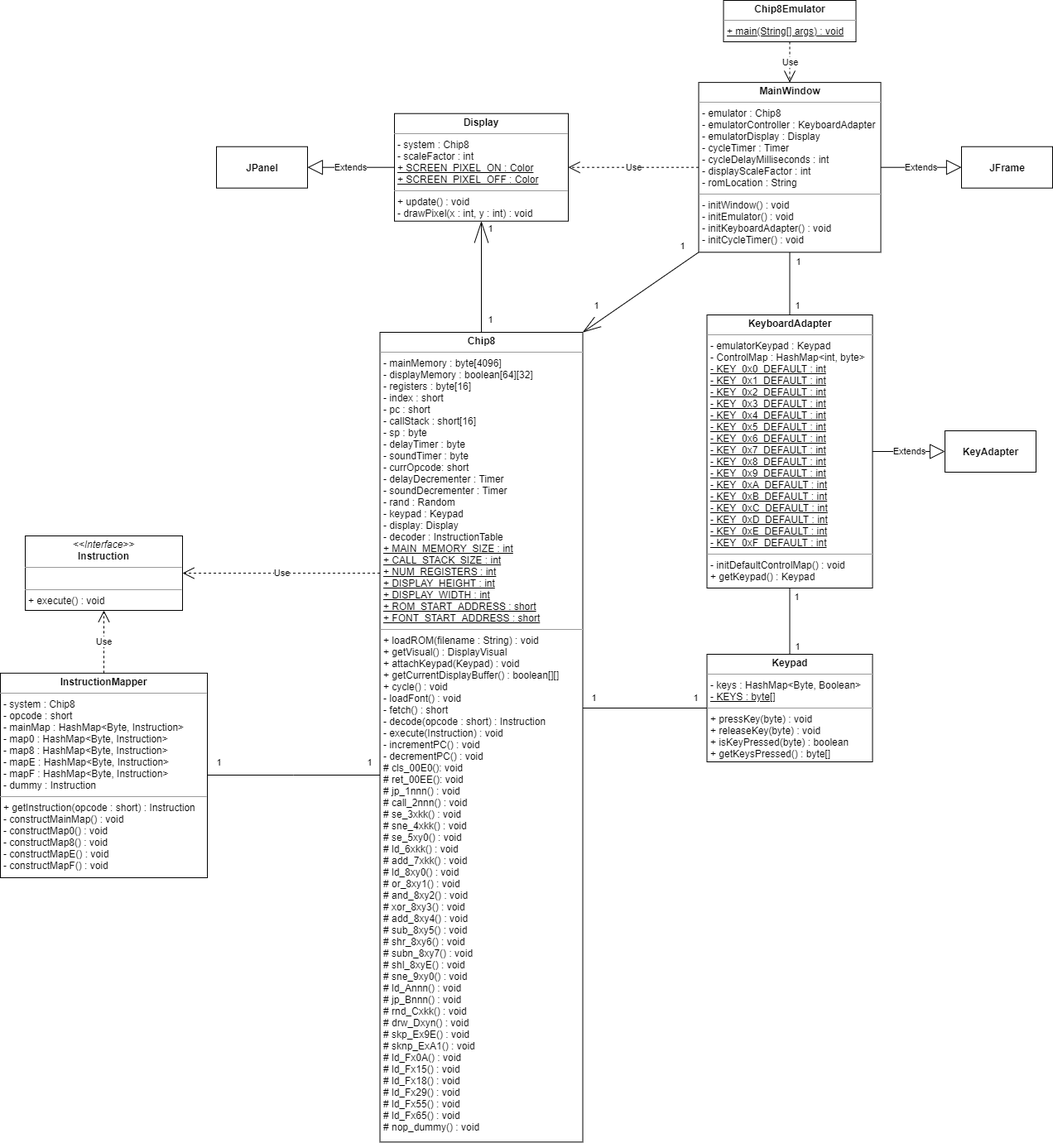
This is diagrams/ClassDiagram.png from Pokepeople02/Chip8, a draw.io export, as it was before one commit. Source tidied: cells renumbered, new cells last; positions are measured from the earlier drawing's top-left corner, leaving out a move shared by most shapes.
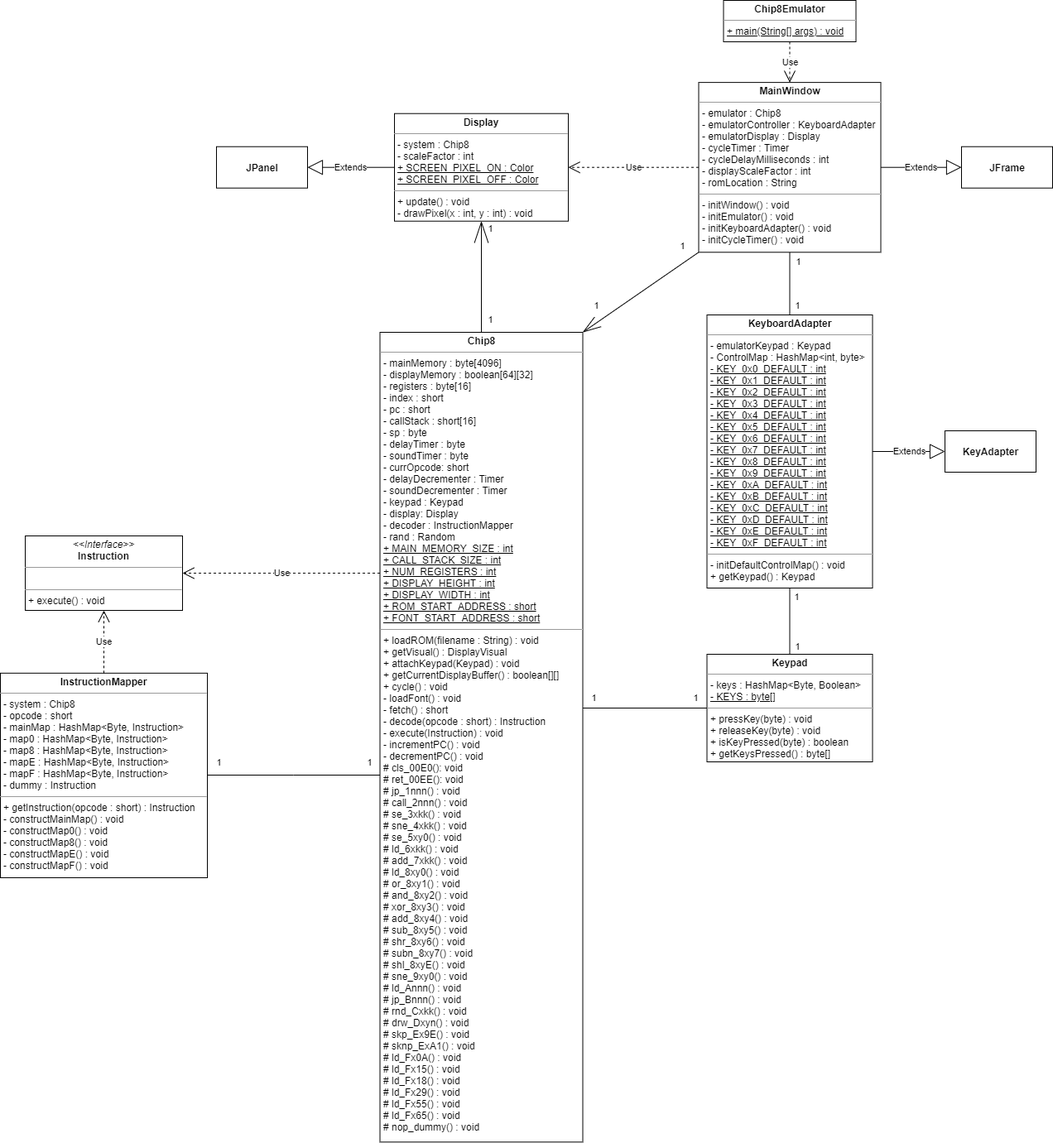
The same file after the commit.

Commit message:
Trivial modifications to the Class Diagram

Changes to member ordering in Chip8.

What changed in the source:
```diff
@@ -15,7 +15,7 @@
         <mxPoint y="-15.3" as="offset" />
       </mxGeometry>
     </mxCell>
-    <mxCell id="5" value="&lt;p style=&quot;margin: 0px ; margin-top: 4px ; text-align: center&quot;&gt;&lt;b&gt;Chip8&lt;/b&gt;&lt;/p&gt;&lt;hr size=&quot;1&quot;&gt;&lt;p style=&quot;margin: 0px ; margin-left: 4px&quot;&gt;- mainMemory : byte[4096]&lt;/p&gt;&lt;p style=&quot;margin: 0px ; margin-left: 4px&quot;&gt;- displayMemory : boolean[64][32]&lt;/p&gt;&lt;p style=&quot;margin: 0px 0px 0px 4px&quot;&gt;- registers : byte[16]&lt;/p&gt;&lt;p style=&quot;margin: 0px 0px 0px 4px&quot;&gt;- index : short&lt;/p&gt;&lt;p style=&quot;margin: 0px 0px 0px 4px&quot;&gt;- pc : short&lt;/p&gt;&lt;p style=&quot;margin: 0px 0px 0px 4px&quot;&gt;- callStack : short[16]&lt;/p&gt;&lt;p style=&quot;margin: 0px 0px 0px 4px&quot;&gt;- sp : byte&lt;/p&gt;&lt;p style=&quot;margin: 0px 0px 0px 4px&quot;&gt;- delayTimer : byte&lt;/p&gt;&lt;p style=&quot;margin: 0px 0px 0px 4px&quot;&gt;- soundTimer : byte&lt;/p&gt;&lt;p style=&quot;margin: 0px 0px 0px 4px&quot;&gt;- currOpcode: short&lt;/p&gt;&lt;p style=&quot;margin: 0px 0px 0px 4px&quot;&gt;- delayDecrementer : Timer&lt;br&gt;&lt;/p&gt;&lt;p style=&quot;margin: 0px 0px 0px 4px&quot;&gt;- soundDecrementer : Timer&lt;/p&gt;&lt;p style=&quot;margin: 0px 0px 0px 4px&quot;&gt;- rand : Random&lt;/p&gt;&lt;p style=&quot;margin: 0px ; margin-left: 4px&quot;&gt;- keypad : Keypad&lt;/p&gt;&lt;p style=&quot;margin: 0px ; margin-left: 4px&quot;&gt;- display: Display&lt;br&gt;&lt;/p&gt;&lt;p style=&quot;margin: 0px ; margin-left: 4px&quot;&gt;- decoder : InstructionTable&lt;/p&gt;&lt;p style=&quot;margin: 0px ; margin-left: 4px&quot;&gt;&lt;u&gt;+ MAIN_MEMORY_SIZE : int&lt;/u&gt;&lt;/p&gt;&lt;p style=&quot;margin: 0px 0px 0px 4px&quot;&gt;&lt;u&gt;+ CALL_STACK_SIZE : int&lt;/u&gt;&lt;/p&gt;&lt;p style=&quot;margin: 0px 0px 0px 4px&quot;&gt;&lt;u&gt;+ NUM_REGISTERS : int&lt;/u&gt;&lt;/p&gt;&lt;p style=&quot;margin: 0px ; margin-left: 4px&quot;&gt;&lt;u&gt;+ DISPLAY_HEIGHT : int&lt;/u&gt;&lt;/p&gt;&lt;p style=&quot;margin: 0px ; margin-left: 4px&quot;&gt;&lt;u&gt;+ DISPLAY_WIDTH : int&lt;/u&gt;&lt;/p&gt;&lt;p style=&quot;margin: 0px ; margin-left: 4px&quot;&gt;&lt;u&gt;+ ROM_START_ADDRESS : short&lt;/u&gt;&lt;/p&gt;&lt;p style=&quot;margin: 0px ; margin-left: 4px&quot;&gt;&lt;u&gt;+ FONT_START_ADDRESS : short&lt;/u&gt;&lt;/p&gt;&lt;hr size=&quot;1&quot;&gt;&lt;p style=&quot;margin: 0px ; margin-left: 4px&quot;&gt;+ loadROM(filename : String) : void&lt;/p&gt;&lt;p style=&quot;margin: 0px ; margin-left: 4px&quot;&gt;+ getVisual() : DisplayVisual&lt;/p&gt;&lt;p style=&quot;margin: 0px ; margin-left: 4px&quot;&gt;+ attachKeypad(Keypad) : void&lt;br&gt;&lt;/p&gt;&lt;p style=&quot;margin: 0px ; margin-left: 4px&quot;&gt;+ getCurrentDisplayBuffer() : boolean[][]&lt;br&gt;&lt;/p&gt;&lt;p style=&quot;margin: 0px ; margin-left: 4px&quot;&gt;+ cycle() : void&lt;/p&gt;&lt;p style=&quot;margin: 0px ; margin-left: 4px&quot;&gt;- loadFont() : void&lt;/p&gt;&lt;p style=&quot;margin: 0px ; margin-left: 4px&quot;&gt;- fetch() : short&lt;/p&gt;&lt;p style=&quot;margin: 0px ; margin-left: 4px&quot;&gt;- decode(opcode : short) : Instruction&lt;/p&gt;&lt;p style=&quot;margin: 0px ; margin-left: 4px&quot;&gt;- execute(Instruction) : void&lt;/p&gt;&lt;p style=&quot;margin: 0px ; margin-left: 4px&quot;&gt;- incrementPC() : void&lt;/p&gt;&lt;p style=&quot;margin: 0px ; margin-left: 4px&quot;&gt;- decrementPC() : void&lt;/p&gt;&lt;p style=&quot;margin: 0px 0px 0px 4px&quot;&gt;# cls_00E0(): void&lt;br&gt;&lt;/p&gt;&lt;p style=&quot;margin: 0px 0px 0px 4px&quot;&gt;# ret_00EE(): void&lt;/p&gt;&lt;p style=&quot;margin: 0px 0px 0px 4px&quot;&gt;# jp_1nnn() : void&lt;/p&gt;&lt;p style=&quot;margin: 0px 0px 0px 4px&quot;&gt;# call_2nnn() : void&lt;/p&gt;&lt;p style=&quot;margin: 0px 0px 0px 4px&quot;&gt;# se_3xkk() : void&lt;/p&gt;&lt;p style=&quot;margin: 0px 0px 0px 4px&quot;&gt;# sne_4xkk() : void&lt;/p&gt;&lt;p style=&quot;margin: 0px 0px 0px 4px&quot;&gt;# se_5xy0() : void&lt;/p&gt;&lt;p style=&quot;margin: 0px 0px 0px 4px&quot;&gt;# ld_6xkk() : void&lt;/p&gt;&lt;p style=&quot;margin: 0px 0px 0px 4px&quot;&gt;# add_7xkk() : void&lt;/p&gt;&lt;p style=&quot;margin: 0px 0px 0px 4px&quot;&gt;# ld_8xy0() : void&lt;/p&gt;&lt;p style=&quot;margin: 0px 0px 0px 4px&quot;&gt;# or_8xy1() : void&lt;/p&gt;&lt;p style=&quot;margin: 0px 0px 0px 4px&quot;&gt;# and_8xy2() : void&lt;/p&gt;&lt;p style=&quot;margin: 0px 0px 0px 4px&quot;&gt;# xor_8xy3() : void&lt;/p&gt;&lt;p style=&quot;margin: 0px 0px 0px 4px&quot;&gt;# add_8xy4() : void&lt;/p&gt;&lt;p style=&quot;margin: 0px 0px 0px 4px&quot;&gt;# sub_8xy5() : void&lt;/p&gt;&lt;p style=&quot;margin: 0px 0px 0px 4px&quot;&gt;# shr_8xy6() : void&lt;/p&gt;&lt;p style=&quot;margin: 0px 0px 0px 4px&quot;&gt;# subn_8xy7() : void&lt;/p&gt;&lt;p style=&quot;margin: 0px 0px 0px 4px&quot;&gt;# shl_8xyE() : void&lt;/p&gt;&lt;p style=&quot;margin: 0px 0px 0px 4px&quot;&gt;# sne_9xy0() : void&lt;/p&gt;&lt;p style=&quot;margin: 0px 0px 0px 4px&quot;&gt;# ld_Annn() : void&lt;/p&gt;&lt;p style=&quot;margin: 0px 0px 0px 4px&quot;&gt;# jp_Bnnn() : void&lt;/p&gt;&lt;p style=&quot;margin: 0px 0px 0px 4px&quot;&gt;# rnd_Cxkk() : void&lt;/p&gt;&lt;p style=&quot;margin: 0px 0px 0px 4px&quot;&gt;# drw_Dxyn() : void&lt;/p&gt;&lt;p style=&quot;margin: 0px 0px 0px 4px&quot;&gt;# skp_Ex9E() : void&lt;/p&gt;&lt;p style=&quot;margin: 0px 0px 0px 4px&quot;&gt;# sknp_ExA1() : void&lt;/p&gt;&lt;p style=&quot;margin: 0px 0px 0px 4px&quot;&gt;# ld_Fx0A() : void&lt;/p&gt;&lt;p style=&quot;margin: 0px 0px 0px 4px&quot;&gt;# ld_Fx15() : void&lt;/p&gt;&lt;p style=&quot;margin: 0px 0px 0px 4px&quot;&gt;# ld_Fx18() : void&lt;/p&gt;&lt;p style=&quot;margin: 0px 0px 0px 4px&quot;&gt;# ld_Fx29() : void&lt;/p&gt;&lt;p style=&quot;margin: 0px 0px 0px 4px&quot;&gt;# ld_Fx55() : void&lt;/p&gt;&lt;p style=&quot;margin: 0px 0px 0px 4px&quot;&gt;# ld_Fx65() : void&lt;/p&gt;&lt;p style=&quot;margin: 0px 0px 0px 4px&quot;&gt;# nop_dummy() : void&lt;/p&gt;" style="verticalAlign=top;align=left;overflow=fill;fontSize=12;fontFamily=Helvetica;html=1;" parent="1" vertex="1">
+    <mxCell id="5" value="&lt;p style=&quot;margin: 0px ; margin-top: 4px ; text-align: center&quot;&gt;&lt;b&gt;Chip8&lt;/b&gt;&lt;/p&gt;&lt;hr size=&quot;1&quot;&gt;&lt;p style=&quot;margin: 0px ; margin-left: 4px&quot;&gt;- mainMemory : byte[4096]&lt;/p&gt;&lt;p style=&quot;margin: 0px ; margin-left: 4px&quot;&gt;- displayMemory : boolean[64][32]&lt;/p&gt;&lt;p style=&quot;margin: 0px 0px 0px 4px&quot;&gt;- registers : byte[16]&lt;/p&gt;&lt;p style=&quot;margin: 0px 0px 0px 4px&quot;&gt;- index : short&lt;/p&gt;&lt;p style=&quot;margin: 0px 0px 0px 4px&quot;&gt;- pc : short&lt;/p&gt;&lt;p style=&quot;margin: 0px 0px 0px 4px&quot;&gt;- callStack : short[16]&lt;/p&gt;&lt;p style=&quot;margin: 0px 0px 0px 4px&quot;&gt;- sp : byte&lt;/p&gt;&lt;p style=&quot;margin: 0px 0px 0px 4px&quot;&gt;- delayTimer : byte&lt;/p&gt;&lt;p style=&quot;margin: 0px 0px 0px 4px&quot;&gt;- soundTimer : byte&lt;/p&gt;&lt;p style=&quot;margin: 0px 0px 0px 4px&quot;&gt;- currOpcode: short&lt;/p&gt;&lt;p style=&quot;margin: 0px 0px 0px 4px&quot;&gt;- delayDecrementer : Timer&lt;br&gt;&lt;/p&gt;&lt;p style=&quot;margin: 0px 0px 0px 4px&quot;&gt;- soundDecrementer : Timer&lt;/p&gt;&lt;p style=&quot;margin: 0px ; margin-left: 4px&quot;&gt;- keypad : Keypad&lt;/p&gt;&lt;p style=&quot;margin: 0px ; margin-left: 4px&quot;&gt;- display: Display&lt;br&gt;&lt;/p&gt;&lt;p style=&quot;margin: 0px ; margin-left: 4px&quot;&gt;- decoder : InstructionMapper&lt;/p&gt;&lt;p style=&quot;margin: 0px ; margin-left: 4px&quot;&gt;- rand : Random&lt;br&gt;&lt;/p&gt;&lt;p style=&quot;margin: 0px ; margin-left: 4px&quot;&gt;&lt;u&gt;+ MAIN_MEMORY_SIZE : int&lt;/u&gt;&lt;/p&gt;&lt;p style=&quot;margin: 0px 0px 0px 4px&quot;&gt;&lt;u&gt;+ CALL_STACK_SIZE : int&lt;/u&gt;&lt;/p&gt;&lt;p style=&quot;margin: 0px 0px 0px 4px&quot;&gt;&lt;u&gt;+ NUM_REGISTERS : int&lt;/u&gt;&lt;/p&gt;&lt;p style=&quot;margin: 0px ; margin-left: 4px&quot;&gt;&lt;u&gt;+ DISPLAY_HEIGHT : int&lt;/u&gt;&lt;/p&gt;&lt;p style=&quot;margin: 0px ; margin-left: 4px&quot;&gt;&lt;u&gt;+ DISPLAY_WIDTH : int&lt;/u&gt;&lt;/p&gt;&lt;p style=&quot;margin: 0px ; margin-left: 4px&quot;&gt;&lt;u&gt;+ ROM_START_ADDRESS : short&lt;/u&gt;&lt;/p&gt;&lt;p style=&quot;margin: 0px ; margin-left: 4px&quot;&gt;&lt;u&gt;+ FONT_START_ADDRESS : short&lt;/u&gt;&lt;/p&gt;&lt;hr size=&quot;1&quot;&gt;&lt;p style=&quot;margin: 0px ; margin-left: 4px&quot;&gt;+ loadROM(filename : String) : void&lt;/p&gt;&lt;p style=&quot;margin: 0px ; margin-left: 4px&quot;&gt;+ getVisual() : DisplayVisual&lt;/p&gt;&lt;p style=&quot;margin: 0px ; margin-left: 4px&quot;&gt;+ attachKeypad(Keypad) : void&lt;br&gt;&lt;/p&gt;&lt;p style=&quot;margin: 0px ; margin-left: 4px&quot;&gt;+ getCurrentDisplayBuffer() : boolean[][]&lt;br&gt;&lt;/p&gt;&lt;p style=&quot;margin: 0px ; margin-left: 4px&quot;&gt;+ cycle() : void&lt;/p&gt;&lt;p style=&quot;margin: 0px ; margin-left: 4px&quot;&gt;- loadFont() : void&lt;/p&gt;&lt;p style=&quot;margin: 0px ; margin-left: 4px&quot;&gt;- fetch() : short&lt;/p&gt;&lt;p style=&quot;margin: 0px ; margin-left: 4px&quot;&gt;- decode(opcode : short) : Instruction&lt;/p&gt;&lt;p style=&quot;margin: 0px ; margin-left: 4px&quot;&gt;- execute(Instruction) : void&lt;/p&gt;&lt;p style=&quot;margin: 0px ; margin-left: 4px&quot;&gt;- incrementPC() : void&lt;/p&gt;&lt;p style=&quot;margin: 0px ; margin-left: 4px&quot;&gt;- decrementPC() : void&lt;/p&gt;&lt;p style=&quot;margin: 0px 0px 0px 4px&quot;&gt;# cls_00E0(): void&lt;br&gt;&lt;/p&gt;&lt;p style=&quot;margin: 0px 0px 0px 4px&quot;&gt;# ret_00EE(): void&lt;/p&gt;&lt;p style=&quot;margin: 0px 0px 0px 4px&quot;&gt;# jp_1nnn() : void&lt;/p&gt;&lt;p style=&quot;margin: 0px 0px 0px 4px&quot;&gt;# call_2nnn() : void&lt;/p&gt;&lt;p style=&quot;margin: 0px 0px 0px 4px&quot;&gt;# se_3xkk() : void&lt;/p&gt;&lt;p style=&quot;margin: 0px 0px 0px 4px&quot;&gt;# sne_4xkk() : void&lt;/p&gt;&lt;p style=&quot;margin: 0px 0px 0px 4px&quot;&gt;# se_5xy0() : void&lt;/p&gt;&lt;p style=&quot;margin: 0px 0px 0px 4px&quot;&gt;# ld_6xkk() : void&lt;/p&gt;&lt;p style=&quot;margin: 0px 0px 0px 4px&quot;&gt;# add_7xkk() : void&lt;/p&gt;&lt;p style=&quot;margin: 0px 0px 0px 4px&quot;&gt;# ld_8xy0() : void&lt;/p&gt;&lt;p style=&quot;margin: 0px 0px 0px 4px&quot;&gt;# or_8xy1() : void&lt;/p&gt;&lt;p style=&quot;margin: 0px 0px 0px 4px&quot;&gt;# and_8xy2() : void&lt;/p&gt;&lt;p style=&quot;margin: 0px 0px 0px 4px&quot;&gt;# xor_8xy3() : void&lt;/p&gt;&lt;p style=&quot;margin: 0px 0px 0px 4px&quot;&gt;# add_8xy4() : void&lt;/p&gt;&lt;p style=&quot;margin: 0px 0px 0px 4px&quot;&gt;# sub_8xy5() : void&lt;/p&gt;&lt;p style=&quot;margin: 0px 0px 0px 4px&quot;&gt;# shr_8xy6() : void&lt;/p&gt;&lt;p style=&quot;margin: 0px 0px 0px 4px&quot;&gt;# subn_8xy7() : void&lt;/p&gt;&lt;p style=&quot;margin: 0px 0px 0px 4px&quot;&gt;# shl_8xyE() : void&lt;/p&gt;&lt;p style=&quot;margin: 0px 0px 0px 4px&quot;&gt;# sne_9xy0() : void&lt;/p&gt;&lt;p style=&quot;margin: 0px 0px 0px 4px&quot;&gt;# ld_Annn() : void&lt;/p&gt;&lt;p style=&quot;margin: 0px 0px 0px 4px&quot;&gt;# jp_Bnnn() : void&lt;/p&gt;&lt;p style=&quot;margin: 0px 0px 0px 4px&quot;&gt;# rnd_Cxkk() : void&lt;/p&gt;&lt;p style=&quot;margin: 0px 0px 0px 4px&quot;&gt;# drw_Dxyn() : void&lt;/p&gt;&lt;p style=&quot;margin: 0px 0px 0px 4px&quot;&gt;# skp_Ex9E() : void&lt;/p&gt;&lt;p style=&quot;margin: 0px 0px 0px 4px&quot;&gt;# sknp_ExA1() : void&lt;/p&gt;&lt;p style=&quot;margin: 0px 0px 0px 4px&quot;&gt;# ld_Fx0A() : void&lt;/p&gt;&lt;p style=&quot;margin: 0px 0px 0px 4px&quot;&gt;# ld_Fx15() : void&lt;/p&gt;&lt;p style=&quot;margin: 0px 0px 0px 4px&quot;&gt;# ld_Fx18() : void&lt;/p&gt;&lt;p style=&quot;margin: 0px 0px 0px 4px&quot;&gt;# ld_Fx29() : void&lt;/p&gt;&lt;p style=&quot;margin: 0px 0px 0px 4px&quot;&gt;# ld_Fx55() : void&lt;/p&gt;&lt;p style=&quot;margin: 0px 0px 0px 4px&quot;&gt;# ld_Fx65() : void&lt;/p&gt;&lt;p style=&quot;margin: 0px 0px 0px 4px&quot;&gt;# nop_dummy() : void&lt;/p&gt;" style="verticalAlign=top;align=left;overflow=fill;fontSize=12;fontFamily=Helvetica;html=1;" parent="1" vertex="1">
       <mxGeometry x="458.5" y="401" width="245" height="978.4" as="geometry" />
     </mxCell>
     <mxCell id="6" style="edgeStyle=elbowEdgeStyle;rounded=0;jettySize=auto;elbow=vertical;html=1;endArrow=none;endFill=0;startSize=24;endSize=24;" parent="1" edge="1" source="9" target="5">
```
